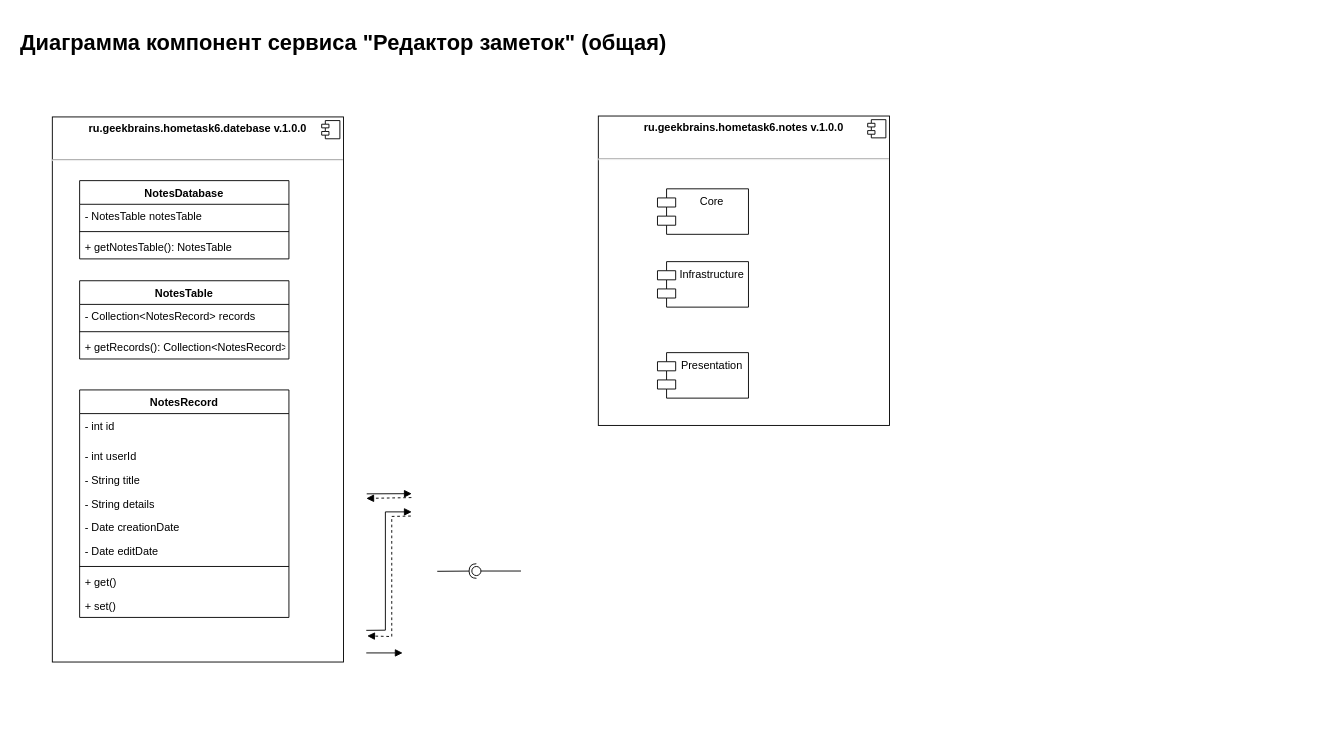
Before: Hometask_6/UML_diagram.drawio in ArtVDudkin/Architecture, a draw.io diagram. Source tidied: cells renumbered, new cells numbered last; positions are measured from the earlier drawing's top-left corner, leaving out a move shared by most shapes. Both pictures are drawn from the tidied source at 91%, with x=0, y=0 at pixel (15, 25).
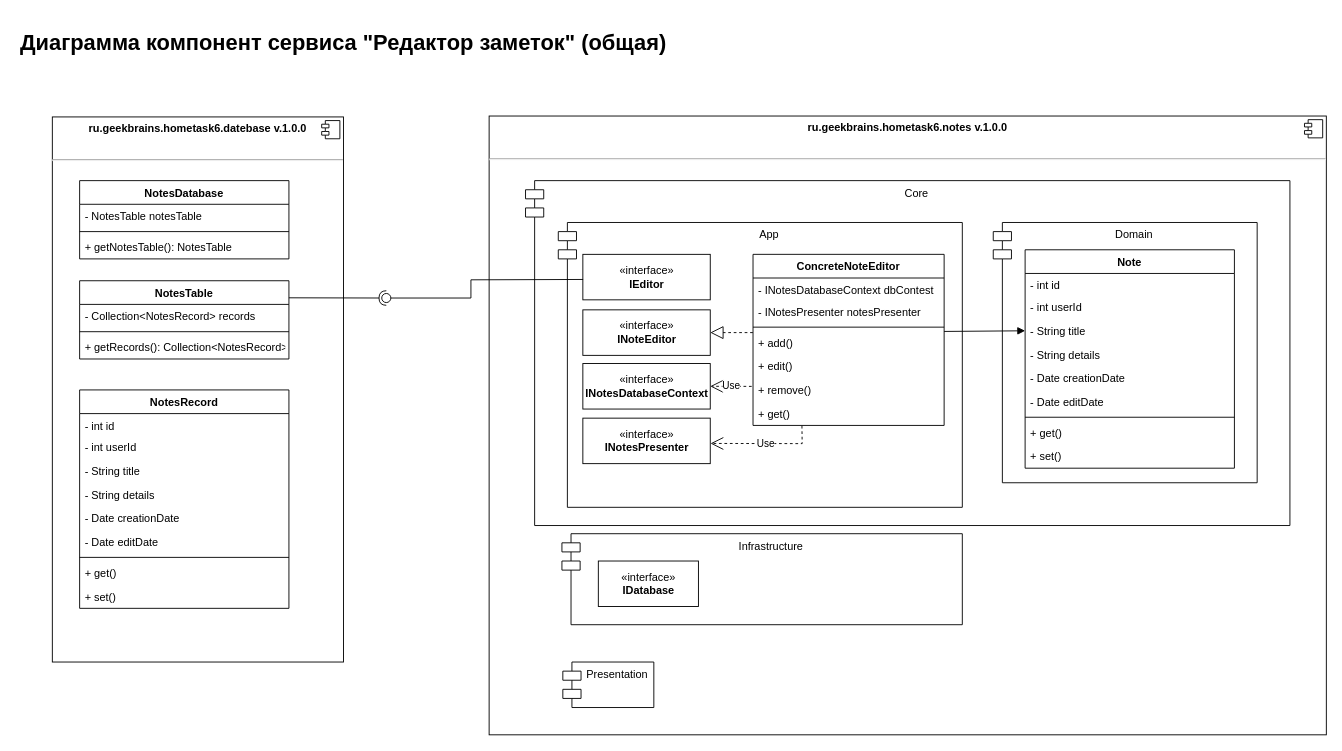
Above is the later version.

Commit message (it also covers changes not shown here):
UML diagram edited

Unchanged cells that the change refers to:
```xml
<mxCell id="19" value="NotesTable&#10;" style="swimlane;fontStyle=1;align=center;verticalAlign=top;horizontal=1;startSize=26;" parent="1" vertex="1">
  <mxGeometry x="70" y="281" width="230" height="86" as="geometry" />
</mxCell>
```

The edit, as a diff of the source:
```diff
@@
-    <mxCell id="3" style="html=1;verticalAlign=bottom;endArrow=block;rounded=0;entryX=0;entryY=0;entryDx=0;entryDy=35;entryPerimeter=0;exitX=1;exitY=0.7;exitDx=0;exitDy=0;exitPerimeter=0;" parent="1" edge="1">
-      <mxGeometry relative="1" as="geometry">
-        <mxPoint x="385" y="690" as="sourcePoint" />
-        <mxPoint x="425" y="690" as="targetPoint" />
-      </mxGeometry>
-    </mxCell>
-    <mxCell id="4" style="html=1;verticalAlign=bottom;endArrow=block;rounded=0;entryX=0;entryY=0;entryDx=0;entryDy=15;exitX=1.004;exitY=0.304;exitDx=0;exitDy=0;entryPerimeter=0;exitPerimeter=0;" parent="1" edge="1">
-      <mxGeometry relative="1" as="geometry">
-        <mxPoint x="385.5" y="515.2" as="sourcePoint" />
-        <mxPoint x="435" y="515" as="targetPoint" />
-      </mxGeometry>
-    </mxCell>
-    <mxCell id="5" style="html=1;verticalAlign=bottom;endArrow=block;rounded=0;entryX=0;entryY=0;entryDx=0;entryDy=35;exitX=1.004;exitY=0.304;exitDx=0;exitDy=0;entryPerimeter=0;exitPerimeter=0;" parent="1" edge="1">
-      <mxGeometry relative="1" as="geometry">
-        <mxPoint x="385" y="665.2" as="sourcePoint" />
-        <mxPoint x="435" y="535" as="targetPoint" />
-        <Array as="points">
-          <mxPoint x="406" y="665" />
-          <mxPoint x="406" y="535" />
-        </Array>
-      </mxGeometry>
-    </mxCell>
-    <mxCell id="6" style="html=1;verticalAlign=bottom;endArrow=block;rounded=0;entryX=1.008;entryY=0.327;entryDx=0;entryDy=0;exitX=-0.01;exitY=0.793;exitDx=0;exitDy=0;entryPerimeter=0;exitPerimeter=0;dashed=1;" parent="1" edge="1">
-      <mxGeometry relative="1" as="geometry">
-        <mxPoint x="434" y="539.6" as="sourcePoint" />
-        <mxPoint x="386" y="671.3" as="targetPoint" />
-        <Array as="points">
-          <mxPoint x="413" y="540" />
-          <mxPoint x="413" y="672" />
-        </Array>
-      </mxGeometry>
-    </mxCell>
-    <mxCell id="7" style="html=1;verticalAlign=bottom;endArrow=block;rounded=0;entryX=1;entryY=0.404;entryDx=0;entryDy=0;exitX=-0.004;exitY=0.386;exitDx=0;exitDy=0;entryPerimeter=0;exitPerimeter=0;dashed=1;" parent="1" edge="1">
-      <mxGeometry relative="1" as="geometry">
-        <mxPoint x="434.6" y="519.3" as="sourcePoint" />
-        <mxPoint x="385" y="520.2" as="targetPoint" />
-      </mxGeometry>
-    </mxCell>
@@
     <mxCell id="10" value="&lt;p style=&quot;margin:0px;margin-top:6px;text-align:center;&quot;&gt;&lt;b&gt;ru.geekbrains.hometask6.notes v.1.0.0&lt;/b&gt;&lt;/p&gt;&lt;p style=&quot;margin:0px;margin-top:6px;text-align:center;&quot;&gt;&lt;b&gt;&lt;br&gt;&lt;/b&gt;&lt;/p&gt;&lt;hr&gt;&lt;p style=&quot;margin:0px;margin-left:8px;&quot;&gt;&lt;br&gt;&lt;/p&gt;" style="align=left;overflow=fill;html=1;" parent="1" vertex="1">
-      <mxGeometry x="640" y="100" width="320" height="340" as="geometry" />
+      <mxGeometry x="520" y="100" width="920" height="680" as="geometry" />
     </mxCell>
@@
     <mxCell id="12" value="Core" style="shape=module;align=left;spacingLeft=20;align=center;verticalAlign=top;" parent="1" vertex="1">
-      <mxGeometry x="705" y="180" width="100" height="50" as="geometry" />
+      <mxGeometry x="560" y="171" width="840" height="379" as="geometry" />
     </mxCell>
     <mxCell id="13" value="Infrastructure" style="shape=module;align=left;spacingLeft=20;align=center;verticalAlign=top;" parent="1" vertex="1">
-      <mxGeometry x="705" y="260" width="100" height="50" as="geometry" />
+      <mxGeometry x="600" y="559" width="440" height="100" as="geometry" />
     </mxCell>
     <mxCell id="14" value="Presentation" style="shape=module;align=left;spacingLeft=20;align=center;verticalAlign=top;" parent="1" vertex="1">
-      <mxGeometry x="705" y="360" width="100" height="50" as="geometry" />
+      <mxGeometry x="601" y="700" width="100" height="50" as="geometry" />
     </mxCell>
@@
     <mxCell id="23" value="NotesRecord" style="swimlane;fontStyle=1;align=center;verticalAlign=top;horizontal=1;startSize=26;" parent="1" vertex="1">
-      <mxGeometry x="70" y="401" width="230" height="250" as="geometry" />
+      <mxGeometry x="70" y="401" width="230" height="240" as="geometry" />
     </mxCell>
     <mxCell id="24" value="- int id" style="text;strokeColor=none;fillColor=none;align=left;verticalAlign=top;spacingLeft=4;spacingRight=4;overflow=hidden;" parent="23" vertex="1">
-      <mxGeometry y="26" width="230" height="34" as="geometry" />
+      <mxGeometry y="26" width="230" height="24" as="geometry" />
     </mxCell>
     <mxCell id="25" value="- int userId" style="text;strokeColor=none;fillColor=none;align=left;verticalAlign=top;spacingLeft=4;spacingRight=4;overflow=hidden;" parent="23" vertex="1">
-      <mxGeometry y="60" width="230" height="26" as="geometry" />
+      <mxGeometry y="50" width="230" height="26" as="geometry" />
     </mxCell>
     <mxCell id="26" value="- String title" style="text;strokeColor=none;fillColor=none;align=left;verticalAlign=top;spacingLeft=4;spacingRight=4;overflow=hidden;" parent="23" vertex="1">
-      <mxGeometry y="86" width="230" height="26" as="geometry" />
+      <mxGeometry y="76" width="230" height="26" as="geometry" />
     </mxCell>
     <mxCell id="27" value="- String details" style="text;strokeColor=none;fillColor=none;align=left;verticalAlign=top;spacingLeft=4;spacingRight=4;overflow=hidden;" parent="23" vertex="1">
-      <mxGeometry y="112" width="230" height="26" as="geometry" />
+      <mxGeometry y="102" width="230" height="26" as="geometry" />
     </mxCell>
     <mxCell id="28" value="- Date creationDate" style="text;strokeColor=none;fillColor=none;align=left;verticalAlign=top;spacingLeft=4;spacingRight=4;overflow=hidden;" parent="23" vertex="1">
-      <mxGeometry y="138" width="230" height="26" as="geometry" />
+      <mxGeometry y="128" width="230" height="26" as="geometry" />
     </mxCell>
     <mxCell id="29" value="- Date editDate" style="text;strokeColor=none;fillColor=none;align=left;verticalAlign=top;spacingLeft=4;spacingRight=4;overflow=hidden;" parent="23" vertex="1">
-      <mxGeometry y="164" width="230" height="26" as="geometry" />
+      <mxGeometry y="154" width="230" height="26" as="geometry" />
     </mxCell>
     <mxCell id="30" style="line;strokeWidth=1;fillColor=none;align=left;verticalAlign=middle;spacingTop=-1;spacingLeft=3;spacingRight=3;labelPosition=right;strokeColor=inherit;" parent="23" vertex="1">
-      <mxGeometry y="190" width="230" height="8" as="geometry" />
+      <mxGeometry y="180" width="230" height="8" as="geometry" />
     </mxCell>
     <mxCell id="31" value="+ get()" style="text;strokeColor=none;fillColor=none;align=left;verticalAlign=top;spacingLeft=4;spacingRight=4;overflow=hidden;" parent="23" vertex="1">
-      <mxGeometry y="198" width="230" height="26" as="geometry" />
+      <mxGeometry y="188" width="230" height="26" as="geometry" />
     </mxCell>
     <mxCell id="32" value="+ set()" style="text;strokeColor=none;fillColor=none;align=left;verticalAlign=top;spacingLeft=4;spacingRight=4;overflow=hidden;" parent="23" vertex="1">
-      <mxGeometry y="224" width="230" height="26" as="geometry" />
+      <mxGeometry y="214" width="230" height="26" as="geometry" />
     </mxCell>
-    <mxCell id="33" style="rounded=0;jettySize=auto;html=1;endArrow=none;endFill=0;sketch=0;sourcePerimeterSpacing=0;targetPerimeterSpacing=0;exitX=0;exitY=0;exitDx=0;exitDy=15;exitPerimeter=0;" parent="1" edge="1" target="35">
-      <mxGeometry relative="1" as="geometry">
-        <mxPoint x="555" y="600" as="sourcePoint" />
-      </mxGeometry>
-    </mxCell>
-    <mxCell id="34" style="rounded=0;jettySize=auto;html=1;endArrow=halfCircle;endFill=0;entryX=0.5;entryY=0.5;endSize=6;strokeWidth=1;sketch=0;exitX=0.992;exitY=0.307;exitDx=0;exitDy=0;exitPerimeter=0;" parent="1" edge="1" target="35">
-      <mxGeometry relative="1" as="geometry">
-        <mxPoint x="463" y="600.3" as="sourcePoint" />
-      </mxGeometry>
+    <mxCell id="34" style="rounded=0;jettySize=auto;html=1;endArrow=halfCircle;endFill=0;entryX=0.5;entryY=0.5;endSize=6;strokeWidth=1;sketch=0;exitX=1;exitY=0.218;exitDx=0;exitDy=0;exitPerimeter=0;" parent="1" edge="1" source="19" target="35">
+      <mxGeometry relative="1" as="geometry" />
     </mxCell>
     <mxCell id="35" style="ellipse;whiteSpace=wrap;html=1;align=center;points=[];outlineConnect=0;sketch=0;" parent="1" vertex="1">
-      <mxGeometry x="501" y="595" width="10" height="10" as="geometry" />
+      <mxGeometry x="402" y="295" width="10" height="10" as="geometry" />
     </mxCell>
+    <mxCell id="36" value="«interface»&lt;br&gt;&lt;b&gt;IDatabase&lt;/b&gt;" style="html=1;" parent="1" vertex="1">
+      <mxGeometry x="640" y="589" width="110" height="50" as="geometry" />
+    </mxCell>
+    <mxCell id="37" value="App" style="shape=module;align=left;spacingLeft=20;align=center;verticalAlign=top;" parent="1" vertex="1">
+      <mxGeometry x="596" y="217" width="444" height="313" as="geometry" />
+    </mxCell>
+    <mxCell id="38" value="Domain" style="shape=module;align=left;spacingLeft=20;align=center;verticalAlign=top;" parent="1" vertex="1">
+      <mxGeometry x="1074" y="217" width="290" height="286" as="geometry" />
+    </mxCell>
+    <mxCell id="39" value="Note" style="swimlane;fontStyle=1;align=center;verticalAlign=top;horizontal=1;startSize=26;" parent="1" vertex="1">
+      <mxGeometry x="1109" y="247" width="230" height="240" as="geometry" />
+    </mxCell>
+    <mxCell id="40" value="- int id" style="text;strokeColor=none;fillColor=none;align=left;verticalAlign=top;spacingLeft=4;spacingRight=4;overflow=hidden;" parent="39" vertex="1">
+      <mxGeometry y="26" width="230" height="24" as="geometry" />
+    </mxCell>
+    <mxCell id="41" value="- int userId" style="text;strokeColor=none;fillColor=none;align=left;verticalAlign=top;spacingLeft=4;spacingRight=4;overflow=hidden;" parent="39" vertex="1">
+      <mxGeometry y="50" width="230" height="26" as="geometry" />
+    </mxCell>
+    <mxCell id="42" value="- String title" style="text;strokeColor=none;fillColor=none;align=left;verticalAlign=top;spacingLeft=4;spacingRight=4;overflow=hidden;points=[[0,0.5],[1,0.5]];portConstraint=eastwest;" parent="39" vertex="1">
+      <mxGeometry y="76" width="230" height="26" as="geometry" />
+    </mxCell>
+    <mxCell id="43" value="- String details" style="text;strokeColor=none;fillColor=none;align=left;verticalAlign=top;spacingLeft=4;spacingRight=4;overflow=hidden;" parent="39" vertex="1">
+      <mxGeometry y="102" width="230" height="26" as="geometry" />
+    </mxCell>
+    <mxCell id="44" value="- Date creationDate" style="text;strokeColor=none;fillColor=none;align=left;verticalAlign=top;spacingLeft=4;spacingRight=4;overflow=hidden;" parent="39" vertex="1">
+      <mxGeometry y="128" width="230" height="26" as="geometry" />
+    </mxCell>
+    <mxCell id="45" value="- Date editDate" style="text;strokeColor=none;fillColor=none;align=left;verticalAlign=top;spacingLeft=4;spacingRight=4;overflow=hidden;" parent="39" vertex="1">
+      <mxGeometry y="154" width="230" height="26" as="geometry" />
+    </mxCell>
+    <mxCell id="46" style="line;strokeWidth=1;fillColor=none;align=left;verticalAlign=middle;spacingTop=-1;spacingLeft=3;spacingRight=3;labelPosition=right;strokeColor=inherit;" parent="39" vertex="1">
+      <mxGeometry y="180" width="230" height="8" as="geometry" />
+    </mxCell>
+    <mxCell id="47" value="+ get()" style="text;strokeColor=none;fillColor=none;align=left;verticalAlign=top;spacingLeft=4;spacingRight=4;overflow=hidden;" parent="39" vertex="1">
+      <mxGeometry y="188" width="230" height="26" as="geometry" />
+    </mxCell>
+    <mxCell id="48" value="+ set()" style="text;strokeColor=none;fillColor=none;align=left;verticalAlign=top;spacingLeft=4;spacingRight=4;overflow=hidden;" parent="39" vertex="1">
+      <mxGeometry y="214" width="230" height="26" as="geometry" />
+    </mxCell>
+    <mxCell id="49" value="«interface»&lt;br&gt;&lt;b&gt;IEditor&lt;/b&gt;" style="html=1;" parent="1" vertex="1">
+      <mxGeometry x="623" y="252" width="140" height="50" as="geometry" />
+    </mxCell>
+    <mxCell id="50" value="«interface»&lt;br&gt;&lt;b&gt;INoteEditor&lt;br&gt;&lt;/b&gt;" style="html=1;" parent="1" vertex="1">
+      <mxGeometry x="623" y="313" width="140" height="50" as="geometry" />
+    </mxCell>
+    <mxCell id="51" value="«interface»&lt;br&gt;&lt;b&gt;INotesDatabaseContext&lt;br&gt;&lt;/b&gt;" style="html=1;" parent="1" vertex="1">
+      <mxGeometry x="623" y="372" width="140" height="50" as="geometry" />
+    </mxCell>
+    <mxCell id="52" value="«interface»&lt;br&gt;&lt;b&gt;INotesPresenter&lt;br&gt;&lt;/b&gt;" style="html=1;" parent="1" vertex="1">
+      <mxGeometry x="623" y="432" width="140" height="50" as="geometry" />
+    </mxCell>
+    <mxCell id="53" value="ConcreteNoteEditor" style="swimlane;fontStyle=1;align=center;verticalAlign=top;horizontal=1;startSize=26;" parent="1" vertex="1">
+      <mxGeometry x="810" y="252" width="210" height="188" as="geometry" />
+    </mxCell>
+    <mxCell id="54" value="- INotesDatabaseContext dbContest" style="text;strokeColor=none;fillColor=none;align=left;verticalAlign=top;spacingLeft=4;spacingRight=4;overflow=hidden;" parent="53" vertex="1">
+      <mxGeometry y="26" width="210" height="24" as="geometry" />
+    </mxCell>
+    <mxCell id="55" value="- INotesPresenter notesPresenter" style="text;strokeColor=none;fillColor=none;align=left;verticalAlign=top;spacingLeft=4;spacingRight=4;overflow=hidden;" parent="53" vertex="1">
+      <mxGeometry y="50" width="210" height="26" as="geometry" />
+    </mxCell>
+    <mxCell id="56" style="line;strokeWidth=1;fillColor=none;align=left;verticalAlign=middle;spacingTop=-1;spacingLeft=3;spacingRight=3;labelPosition=right;strokeColor=inherit;" parent="53" vertex="1">
+      <mxGeometry y="76" width="210" height="8" as="geometry" />
+    </mxCell>
+    <mxCell id="57" value="+ add()" style="text;strokeColor=none;fillColor=none;align=left;verticalAlign=top;spacingLeft=4;spacingRight=4;overflow=hidden;points=[[0,0.5],[1,0.5]];portConstraint=eastwest;" parent="53" vertex="1">
+      <mxGeometry y="84" width="210" height="26" as="geometry" />
+    </mxCell>
+    <mxCell id="58" value="+ edit()" style="text;strokeColor=none;fillColor=none;align=left;verticalAlign=top;spacingLeft=4;spacingRight=4;overflow=hidden;" parent="53" vertex="1">
+      <mxGeometry y="110" width="210" height="26" as="geometry" />
+    </mxCell>
+    <mxCell id="59" value="+ remove()" style="text;strokeColor=none;fillColor=none;align=left;verticalAlign=top;spacingLeft=4;spacingRight=4;overflow=hidden;points=[[0,0.5],[1,0.5]];portConstraint=eastwest;" parent="53" vertex="1">
+      <mxGeometry y="136" width="210" height="26" as="geometry" />
+    </mxCell>
+    <mxCell id="60" value="+ get()" style="text;strokeColor=none;fillColor=none;align=left;verticalAlign=top;spacingLeft=4;spacingRight=4;overflow=hidden;points=[[0,0.5],[1,0.5]];portConstraint=eastwest;" parent="53" vertex="1">
+      <mxGeometry y="162" width="210" height="26" as="geometry" />
+    </mxCell>
+    <mxCell id="61" style="endArrow=block;dashed=1;endFill=0;endSize=12;html=1;rounded=0;exitX=-0.001;exitY=0.383;exitDx=0;exitDy=0;exitPerimeter=0;" parent="1" edge="1" target="50">
+      <mxGeometry relative="1" as="geometry">
+        <mxPoint x="809.8" y="338" as="sourcePoint" />
+      </mxGeometry>
+    </mxCell>
+    <mxCell id="62" value="Use" style="endArrow=open;endSize=12;dashed=1;html=1;rounded=0;exitX=-0.007;exitY=0.35;exitDx=0;exitDy=0;entryX=1;entryY=0.5;entryDx=0;entryDy=0;exitPerimeter=0;" parent="1" edge="1" source="59" target="51">
+      <mxGeometry relative="1" as="geometry" />
+    </mxCell>
+    <mxCell id="3" style="html=1;verticalAlign=bottom;endArrow=block;rounded=0;entryX=0;entryY=0.5;entryDx=0;entryDy=0;exitX=1;exitY=0.028;exitDx=0;exitDy=0;exitPerimeter=0;" parent="1" edge="1" source="57" target="42">
+      <mxGeometry relative="1" as="geometry" />
+    </mxCell>
+    <mxCell id="63" value="Use" style="endArrow=open;endSize=12;dashed=1;html=1;rounded=0;exitX=0.256;exitY=1.017;exitDx=0;exitDy=0;entryX=1.002;entryY=0.556;entryDx=0;entryDy=0;exitPerimeter=0;entryPerimeter=0;" parent="1" edge="1" source="60" target="52">
+      <mxGeometry relative="1" as="geometry">
+        <Array as="points">
+          <mxPoint x="864" y="460" />
+        </Array>
+      </mxGeometry>
+    </mxCell>
+    <mxCell id="33" style="rounded=0;jettySize=auto;html=1;endArrow=none;endFill=0;sketch=0;sourcePerimeterSpacing=0;targetPerimeterSpacing=0;exitX=0.002;exitY=0.552;exitDx=0;exitDy=0;exitPerimeter=0;" parent="1" edge="1" source="49" target="35">
+      <mxGeometry relative="1" as="geometry">
+        <Array as="points">
+          <mxPoint x="500" y="280" />
+          <mxPoint x="500" y="300" />
+        </Array>
+      </mxGeometry>
+    </mxCell>
```
